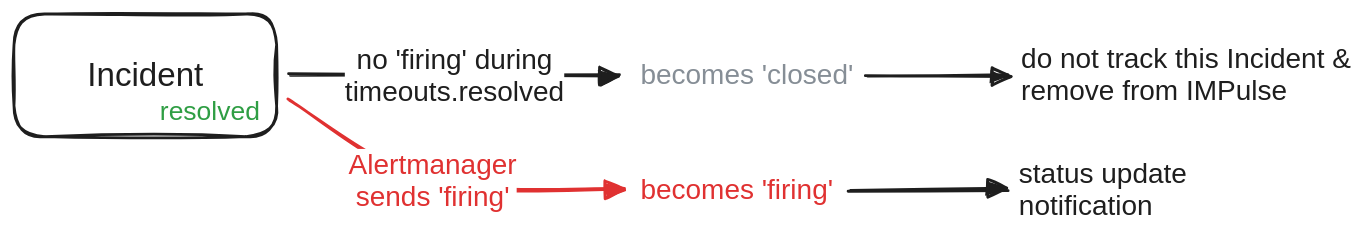
DiTsi/impulse-docs keeps this Excalidraw diagram as docs/media/incident_resolved.excalidraw.svg. Above is the earlier version. Source tidied: one line per element, renumbered; positions are measured from the earlier drawing's top-left corner, leaving out a move shared by most shapes.
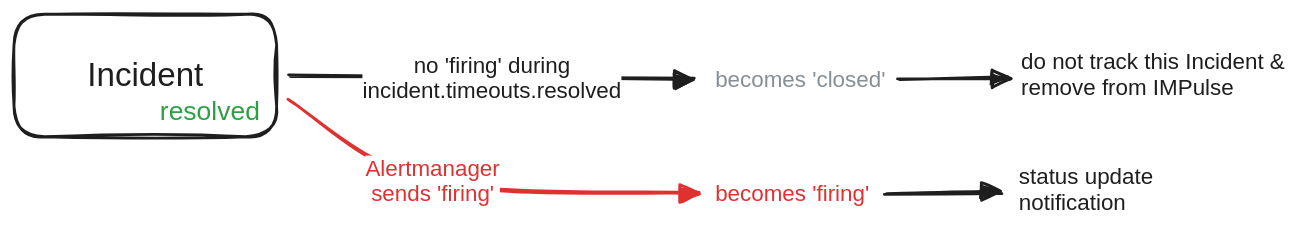
The same file after the commit.

Commit message:
timeouts moved to incident

Diff of the diagram source:
```diff
@@ -1,13 +1,13 @@
-{"id": 0, "type": "arrow", "strokeColor": "#1e1e1e", "strokeWidth": 2, "roughness": 1, "endArrowhead": "triangle", "round": true, "from": 2, "to": 5, "x": 197, "y": 44, "width": 235, "height": 0, "points": [[0, 0], [235, 0]]}
+{"id": 0, "type": "arrow", "strokeColor": "#1e1e1e", "strokeWidth": 2, "roughness": 1, "endArrowhead": "triangle", "round": true, "from": 2, "to": 5, "x": 197, "y": 45, "width": 288, "height": 2, "points": [[0, 0], [288, 2]]}
-{"id": 1, "type": "text", "text": "no 'firing' during\ntimeouts.resolved", "strokeColor": "#1e1e1e", "strokeWidth": 2, "roughness": 1, "fontSize": 20, "fontFamily": 2, "textAlign": "center", "verticalAlign": "middle", "inside": 0, "x": 236, "y": 21, "width": 157, "height": 46}
+{"id": 1, "type": "text", "text": "no 'firing' during\nincident.timeouts.resolved", "strokeColor": "#1e1e1e", "strokeWidth": 2, "roughness": 1, "fontSize": 16, "fontFamily": 2, "textAlign": "center", "verticalAlign": "middle", "inside": 0, "x": 231, "y": 17, "width": 185, "height": 37}
 {"id": 2, "type": "rectangle", "strokeColor": "#1e1e1e", "strokeWidth": 2, "roughness": 1, "round": true, "x": 0, "y": 0, "width": 188, "height": 88}
 {"id": 3, "type": "text", "text": "Incident", "strokeColor": "#1e1e1e", "strokeWidth": 2, "roughness": 1, "fontSize": 23.67, "fontFamily": 2, "textAlign": "center", "verticalAlign": "middle", "inside": 2, "x": 52, "y": 30, "width": 83, "height": 27}
 {"id": 4, "type": "text", "text": "resolved", "strokeColor": "#2f9e44", "strokeWidth": 2, "roughness": 1, "fontSize": 18.92, "fontFamily": 2, "textAlign": "center", "verticalAlign": "middle", "x": 104, "y": 58, "width": 71, "height": 22}
-{"id": 5, "type": "text", "text": "becomes 'closed'", "strokeColor": "#868e96", "strokeWidth": 2, "roughness": 1, "fontSize": 20, "fontFamily": 2, "x": 447, "y": 32, "width": 152, "height": 23}
+{"id": 5, "type": "text", "text": "becomes 'closed'", "strokeColor": "#868e96", "strokeWidth": 2, "roughness": 1, "fontSize": 16, "fontFamily": 2, "x": 501, "y": 37, "width": 122, "height": 18}
-{"id": 6, "type": "arrow", "strokeColor": "#e03131", "strokeWidth": 2, "roughness": 1, "endArrowhead": "triangle", "round": true, "from": 2, "to": 8, "x": 197, "y": 62, "width": 238, "height": 64, "points": [[0, 0], [102, 57], [238, 64]]}
+{"id": 6, "type": "arrow", "strokeColor": "#e03131", "strokeWidth": 2, "roughness": 1, "endArrowhead": "triangle", "round": true, "from": 2, "to": 8, "x": 197, "y": 62, "width": 292, "height": 66, "points": [[0, 0], [102, 57], [292, 66]]}
-{"id": 7, "type": "text", "text": "Alertmanager\nsends 'firing'", "strokeColor": "#e03131", "strokeWidth": 2, "roughness": 1, "fontSize": 20, "fontFamily": 2, "textAlign": "center", "verticalAlign": "middle", "inside": 6, "x": 239, "y": 133, "width": 120, "height": 46}
+{"id": 7, "type": "text", "text": "Alertmanager\nsends 'firing'", "strokeColor": "#e03131", "strokeWidth": 2, "roughness": 1, "fontSize": 16, "fontFamily": 2, "textAlign": "center", "verticalAlign": "middle", "inside": 6, "x": 251, "y": 101, "width": 96, "height": 37}
-{"id": 8, "type": "text", "text": "becomes 'firing'", "strokeColor": "#e03131", "strokeWidth": 2, "roughness": 1, "fontSize": 20, "fontFamily": 2, "x": 447, "y": 114, "width": 138, "height": 23}
+{"id": 8, "type": "text", "text": "becomes 'firing'", "strokeColor": "#e03131", "strokeWidth": 2, "roughness": 1, "fontSize": 16, "fontFamily": 2, "x": 501, "y": 119, "width": 110, "height": 18}
-{"id": 9, "type": "text", "text": "do not track this Incident &\nremove from IMPulse", "strokeColor": "#1e1e1e", "strokeWidth": 2, "roughness": 1, "fontSize": 20, "fontFamily": 2, "x": 719, "y": 20, "width": 236, "height": 46}
+{"id": 9, "type": "text", "text": "do not track this Incident &\nremove from IMPulse", "strokeColor": "#1e1e1e", "strokeWidth": 2, "roughness": 1, "fontSize": 16, "fontFamily": 2, "x": 719, "y": 25, "width": 189, "height": 37}
-{"id": 10, "type": "text", "text": "status update\nnotification", "strokeColor": "#1e1e1e", "strokeWidth": 2, "roughness": 1, "fontSize": 20, "fontFamily": 2, "x": 718, "y": 103, "width": 120, "height": 46}
+{"id": 10, "type": "text", "text": "status update\nnotification", "strokeColor": "#1e1e1e", "strokeWidth": 2, "roughness": 1, "fontSize": 16, "fontFamily": 2, "x": 718, "y": 107, "width": 96, "height": 37}
-{"id": 11, "type": "arrow", "strokeColor": "#1e1e1e", "strokeWidth": 2, "roughness": 1, "endArrowhead": "triangle", "round": true, "from": 5, "to": 9, "x": 610, "y": 43, "width": 101, "height": 0, "points": [[0, 0], [101, 0]]}
+{"id": 11, "type": "arrow", "strokeColor": "#1e1e1e", "strokeWidth": 2, "roughness": 1, "endArrowhead": "triangle", "round": true, "from": 5, "to": 9, "x": 633, "y": 46, "width": 78, "height": 1, "points": [[0, 0], [78, -1]]}
-{"id": 12, "type": "arrow", "strokeColor": "#1e1e1e", "strokeWidth": 2, "roughness": 1, "endArrowhead": "triangle", "round": true, "from": 8, "to": 10, "x": 597, "y": 126, "width": 114, "height": 0, "points": [[0, 0], [114, 0]]}
+{"id": 12, "type": "arrow", "strokeColor": "#1e1e1e", "strokeWidth": 2, "roughness": 1, "endArrowhead": "triangle", "round": true, "from": 8, "to": 10, "x": 623, "y": 128, "width": 83, "height": 0, "points": [[0, 0], [83, 0]]}
```
